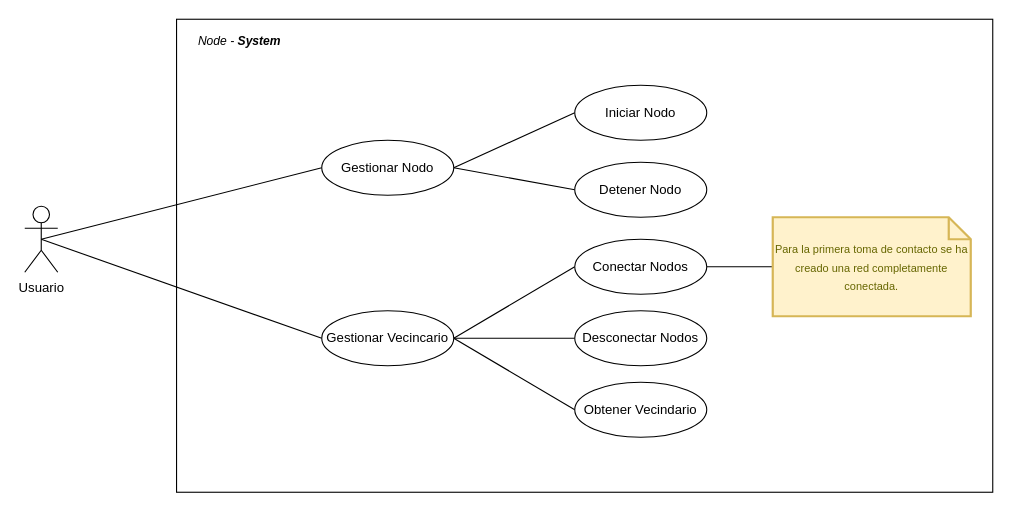
Above: Diagramas/cu1.drawio in p2pfl/p2pfl (draw.io), before the change. Source tidied: cells renumbered, new cells numbered last; positions are measured from the earlier drawing's top-left corner, leaving out a move shared by most shapes. Both pictures are drawn from the tidied source at 110%, with x=0, y=0 at pixel (24, 19).
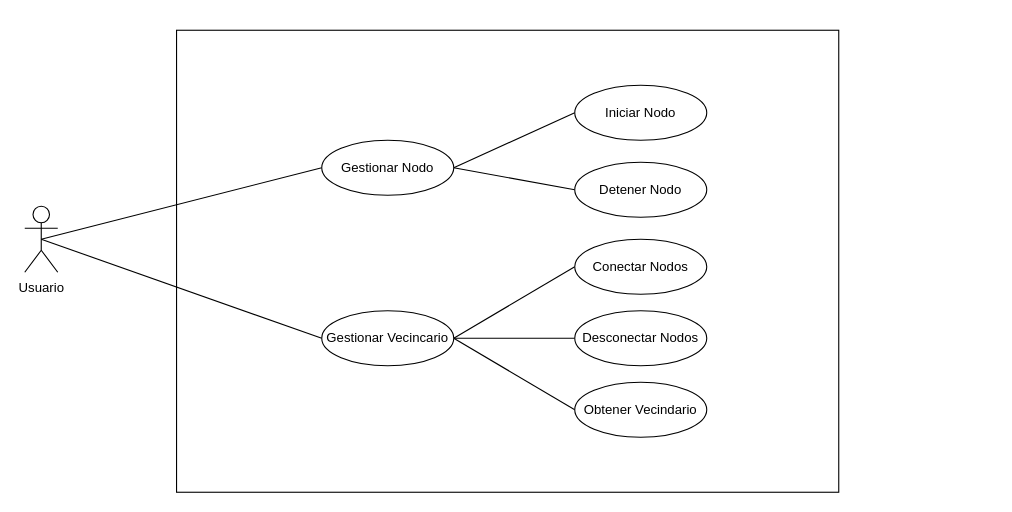
After the change.

The change refers to these unchanged cells:
```xml
<mxCell id="19" value="&lt;span style=&quot;font-size: 12px;&quot;&gt;Conectar Nodos&lt;/span&gt;" style="ellipse;whiteSpace=wrap;html=1;fontSize=11;" parent="1" vertex="1">
  <mxGeometry x="500" y="200" width="120" height="50" as="geometry" />
</mxCell>
```

The edit, as a diff of the source:
```diff
@@
     <mxCell id="2" style="rounded=0;whiteSpace=wrap;html=1;fontSize=11;" parent="1" vertex="1">
-      <mxGeometry x="138" width="742" height="430" as="geometry" />
+      <mxGeometry x="138" y="10" width="602" height="420" as="geometry" />
     </mxCell>
@@
-    <mxCell id="4" style="edgeStyle=orthogonalEdgeStyle;rounded=1;jettySize=auto;html=1;entryX=1;entryY=0.5;entryDx=0;entryDy=0;fontSize=11;endArrow=none;endFill=0;" parent="1" edge="1" source="5" target="19">
-      <mxGeometry relative="1" as="geometry" />
-    </mxCell>
-    <mxCell id="5" value="&lt;font style=&quot;line-height: 0; font-size: 10px;&quot;&gt;Para la primera toma de contacto se ha creado una red completamente conectada.&lt;/font&gt;" style="shape=note;strokeWidth=2;fontSize=14;size=20;whiteSpace=wrap;html=1;fillColor=#fff2cc;strokeColor=#d6b656;fontColor=#666600;" parent="1" vertex="1">
-      <mxGeometry x="680" y="180" width="180" height="90" as="geometry" />
-    </mxCell>
@@
-    <mxCell id="13" value="&lt;i&gt;Node - &lt;b&gt;System&lt;/b&gt;&lt;/i&gt;" style="text;html=1;align=center;verticalAlign=middle;strokeColor=none;fillColor=none;fontSize=11;" parent="1" vertex="1">
-      <mxGeometry x="150" y="10" width="90" height="20" as="geometry" />
-    </mxCell>
```
